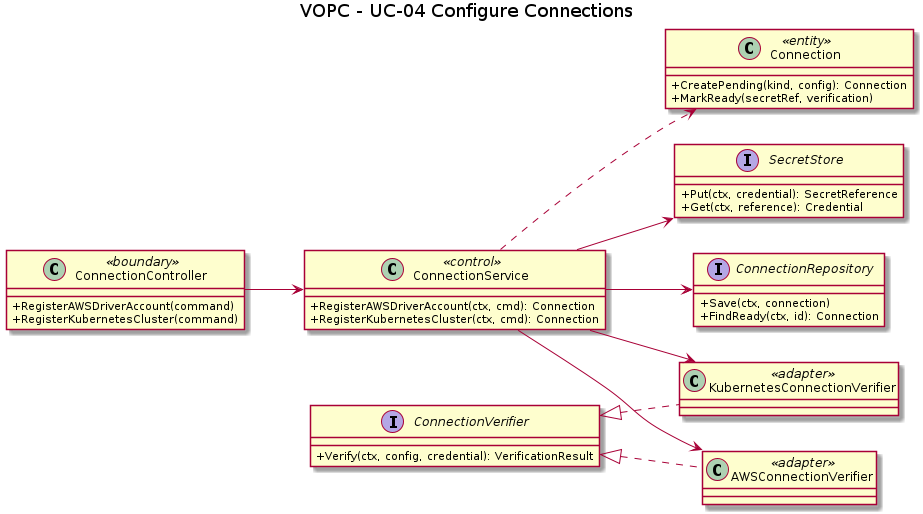
Earlier version of the PlantUML export orchestrator_docs/usecase/UC-04/vopc.png (pr3s3nt/poc). Its source is kept beside it as orchestrator_docs/usecase/UC-04/vopc.puml.
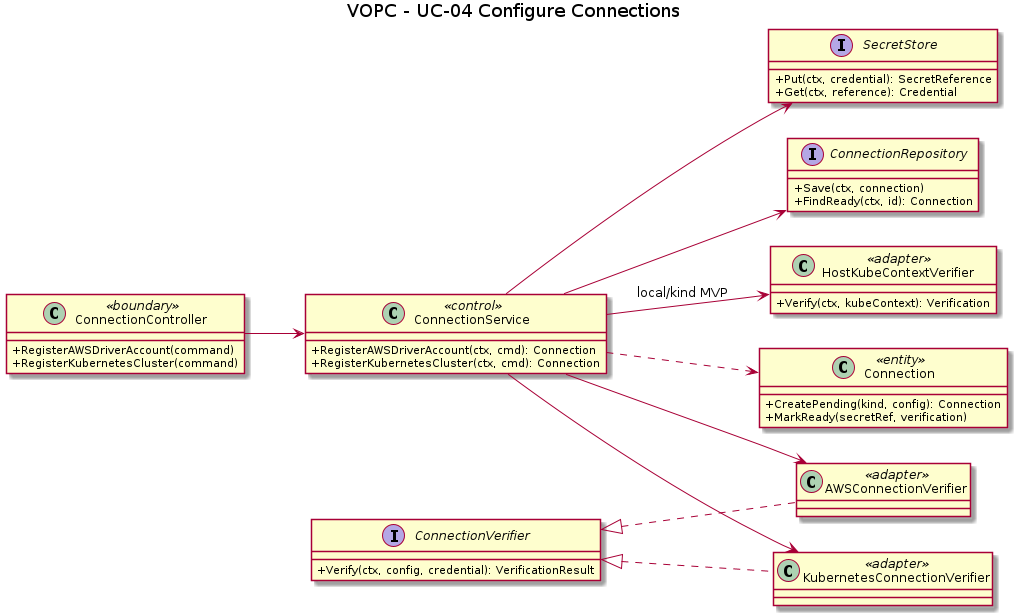
The same file after the commit.

What changed in the source:
```diff
@@ -9,6 +9,9 @@
 class ConnectionService <<control>> {
   +RegisterAWSDriverAccount(ctx, cmd): Connection
   +RegisterKubernetesCluster(ctx, cmd): Connection
+}
+class HostKubeContextVerifier <<adapter>> {
+  +Verify(ctx, kubeContext): Verification
 }
 class Connection <<entity>> {
   +CreatePending(kind, config): Connection
@@ -32,6 +35,7 @@
 ConnectionService --> ConnectionRepository
 ConnectionService --> AWSConnectionVerifier
 ConnectionService --> KubernetesConnectionVerifier
+ConnectionService --> HostKubeContextVerifier : local/kind MVP
 ConnectionService ..> Connection
 ConnectionVerifier <|.. AWSConnectionVerifier
 ConnectionVerifier <|.. KubernetesConnectionVerifier
```
